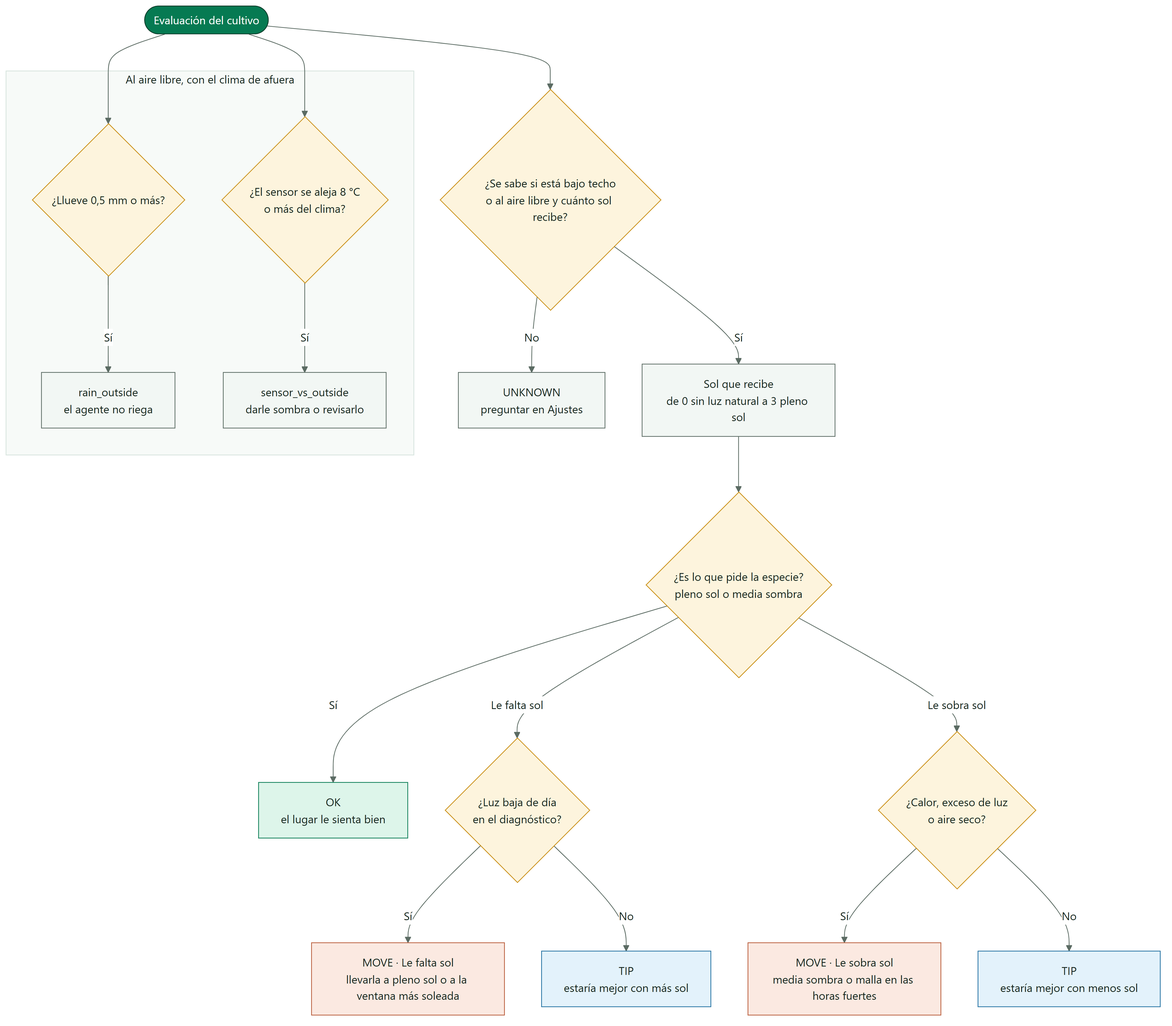
Earlier version of the Mermaid export docs/diagrams/SmartPot_38_Placement_Advice.png (SmartPotTech/.github). Its source is kept beside it as docs/diagrams/SmartPot_38_Placement_Advice.mmd. Its diagram source:
```mermaid
%%{init: {"theme": "base", "fontFamily": "Segoe UI, Arial, sans-serif", "themeVariables": {"fontFamily": "Segoe UI, Arial, sans-serif", "fontSize": "15px", "primaryColor": "#DDF5EA", "primaryTextColor": "#17261F", "primaryBorderColor": "#067A52", "secondaryColor": "#E3F2FB", "secondaryTextColor": "#17261F", "secondaryBorderColor": "#1F6FA0", "tertiaryColor": "#F2F7F4", "tertiaryTextColor": "#17261F", "tertiaryBorderColor": "#D5E3DC", "lineColor": "#5B6B63", "textColor": "#17261F", "mainBkg": "#DDF5EA", "nodeBorder": "#067A52", "clusterBkg": "#F7FAF8", "clusterBorder": "#D5E3DC", "edgeLabelBackground": "#FFFFFF", "actorBkg": "#067A52", "actorBorder": "#0B3D2B", "actorTextColor": "#FFFFFF", "actorLineColor": "#5B6B63", "signalColor": "#17261F", "signalTextColor": "#17261F", "labelBoxBkgColor": "#0B3D2B", "labelBoxBorderColor": "#0B3D2B", "labelTextColor": "#FFFFFF", "loopTextColor": "#0B3D2B", "noteBkgColor": "#FDF4DD", "noteBorderColor": "#C98D12", "noteTextColor": "#17261F", "activationBkgColor": "#DDF5EA", "activationBorderColor": "#067A52", "attributeBackgroundColorOdd": "#FFFFFF", "attributeBackgroundColorEven": "#F2F7F4"}}}%%
flowchart TB
  eval(["Evaluación del cultivo"]) --> known{"¿Se sabe si está bajo techo<br/>o al aire libre y cuánto sol recibe?"}
  known -->|"No"| unknown["UNKNOWN<br/>preguntar en Ajustes"]
  known -->|"Sí"| sun["Sol que recibe<br/>de 0 sin luz natural a 3 pleno sol"]
  sun --> fits{"¿Es lo que pide la especie?<br/>pleno sol o media sombra"}
  fits -->|"Sí"| ok["OK<br/>el lugar le sienta bien"]
  fits -->|"Le falta sol"| dark{"¿Luz baja de día<br/>en el diagnóstico?"}
  dark -->|"Sí"| more["MOVE · Le falta sol<br/>llevarla a pleno sol o a la ventana más soleada"]
  dark -->|"No"| tipMore["TIP<br/>estaría mejor con más sol"]
  fits -->|"Le sobra sol"| hot{"¿Calor, exceso de luz<br/>o aire seco?"}
  hot -->|"Sí"| less["MOVE · Le sobra sol<br/>media sombra o malla en las horas fuertes"]
  hot -->|"No"| tipLess["TIP<br/>estaría mejor con menos sol"]
  subgraph outside["Al aire libre, con el clima de afuera"]
    direction LR
    rain{"¿Llueve 0,5 mm o más?"} -->|"Sí"| norain["rain_outside<br/>el agente no riega"]
    gap{"¿El sensor se aleja 8 °C<br/>o más del clima?"} -->|"Sí"| check["sensor_vs_outside<br/>darle sombra o revisarlo"]
  end
  eval --> rain
  eval --> gap
  classDef leaf fill:#DDF5EA,stroke:#067A52,color:#17261F
  classDef water fill:#E3F2FB,stroke:#1F6FA0,color:#17261F
  classDef sun fill:#FDF4DD,stroke:#C98D12,color:#17261F
  classDef clay fill:#FBE9E1,stroke:#B85A38,color:#17261F
  classDef core fill:#067A52,stroke:#0B3D2B,color:#FFFFFF
  classDef deep fill:#0B3D2B,stroke:#06281C,color:#FFFFFF
  classDef muted fill:#F2F7F4,stroke:#5B6B63,color:#17261F
  class eval core
  class known,fits,dark,hot,rain,gap sun
  class ok leaf
  class tipMore,tipLess water
  class more,less clay
  class unknown,sun,norain,check muted
```
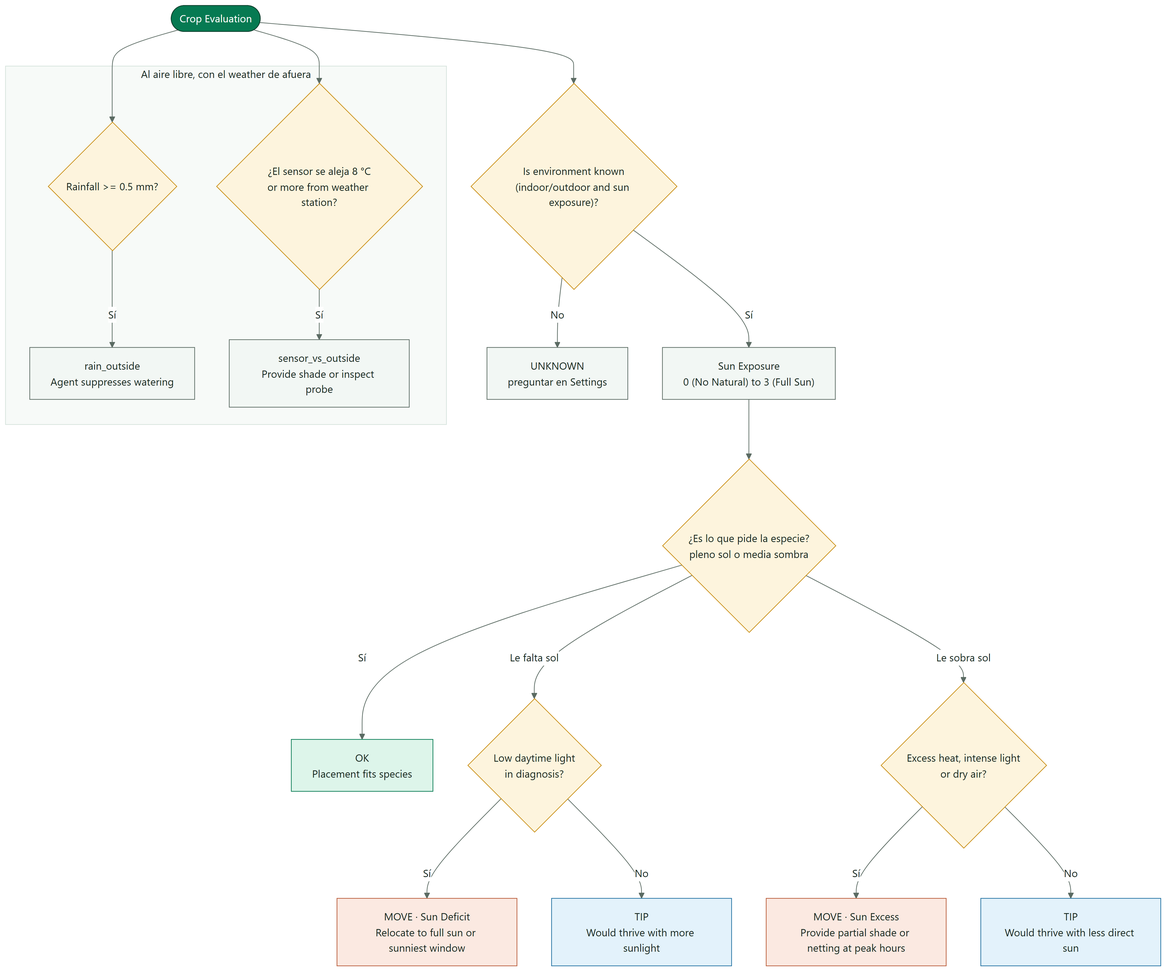
After the change.

Diff of the diagram source:
```diff
@@ -1,20 +1,20 @@
 %%{init: {"theme": "base", "fontFamily": "Segoe UI, Arial, sans-serif", "themeVariables": {"fontFamily": "Segoe UI, Arial, sans-serif", "fontSize": "15px", "primaryColor": "#DDF5EA", "primaryTextColor": "#17261F", "primaryBorderColor": "#067A52", "secondaryColor": "#E3F2FB", "secondaryTextColor": "#17261F", "secondaryBorderColor": "#1F6FA0", "tertiaryColor": "#F2F7F4", "tertiaryTextColor": "#17261F", "tertiaryBorderColor": "#D5E3DC", "lineColor": "#5B6B63", "textColor": "#17261F", "mainBkg": "#DDF5EA", "nodeBorder": "#067A52", "clusterBkg": "#F7FAF8", "clusterBorder": "#D5E3DC", "edgeLabelBackground": "#FFFFFF", "actorBkg": "#067A52", "actorBorder": "#0B3D2B", "actorTextColor": "#FFFFFF", "actorLineColor": "#5B6B63", "signalColor": "#17261F", "signalTextColor": "#17261F", "labelBoxBkgColor": "#0B3D2B", "labelBoxBorderColor": "#0B3D2B", "labelTextColor": "#FFFFFF", "loopTextColor": "#0B3D2B", "noteBkgColor": "#FDF4DD", "noteBorderColor": "#C98D12", "noteTextColor": "#17261F", "activationBkgColor": "#DDF5EA", "activationBorderColor": "#067A52", "attributeBackgroundColorOdd": "#FFFFFF", "attributeBackgroundColorEven": "#F2F7F4"}}}%%
 flowchart TB
-  eval(["Evaluación del cultivo"]) --> known{"¿Se sabe si está bajo techo<br/>o al aire libre y cuánto sol recibe?"}
-  known -->|"No"| unknown["UNKNOWN<br/>preguntar en Ajustes"]
-  known -->|"Sí"| sun["Sol que recibe<br/>de 0 sin luz natural a 3 pleno sol"]
+  eval(["Crop Evaluation"]) --> known{"Is environment known<br/>(indoor/outdoor and sun exposure)?"}
+  known -->|"No"| unknown["UNKNOWN<br/>preguntar en Settings"]
+  known -->|"Sí"| sun["Sun Exposure<br/>0 (No Natural) to 3 (Full Sun)"]
   sun --> fits{"¿Es lo que pide la especie?<br/>pleno sol o media sombra"}
-  fits -->|"Sí"| ok["OK<br/>el lugar le sienta bien"]
-  fits -->|"Le falta sol"| dark{"¿Luz baja de día<br/>en el diagnóstico?"}
-  dark -->|"Sí"| more["MOVE · Le falta sol<br/>llevarla a pleno sol o a la ventana más soleada"]
-  dark -->|"No"| tipMore["TIP<br/>estaría mejor con más sol"]
-  fits -->|"Le sobra sol"| hot{"¿Calor, exceso de luz<br/>o aire seco?"}
-  hot -->|"Sí"| less["MOVE · Le sobra sol<br/>media sombra o malla en las horas fuertes"]
-  hot -->|"No"| tipLess["TIP<br/>estaría mejor con menos sol"]
-  subgraph outside["Al aire libre, con el clima de afuera"]
+  fits -->|"Sí"| ok["OK<br/>Placement fits species"]
+  fits -->|"Le falta sol"| dark{"Low daytime light<br/>in diagnosis?"}
+  dark -->|"Sí"| more["MOVE · Sun Deficit<br/>Relocate to full sun or sunniest window"]
+  dark -->|"No"| tipMore["TIP<br/>Would thrive with more sunlight"]
+  fits -->|"Le sobra sol"| hot{"Excess heat, intense light<br/>or dry air?"}
+  hot -->|"Sí"| less["MOVE · Sun Excess<br/>Provide partial shade or netting at peak hours"]
+  hot -->|"No"| tipLess["TIP<br/>Would thrive with less direct sun"]
+  subgraph outside["Al aire libre, con el weather de afuera"]
     direction LR
-    rain{"¿Llueve 0,5 mm o más?"} -->|"Sí"| norain["rain_outside<br/>el agente no riega"]
-    gap{"¿El sensor se aleja 8 °C<br/>o más del clima?"} -->|"Sí"| check["sensor_vs_outside<br/>darle sombra o revisarlo"]
+    rain{"Rainfall >= 0.5 mm?"} -->|"Sí"| norain["rain_outside<br/>Agent suppresses watering"]
+    gap{"¿El sensor se aleja 8 °C<br/>or more from weather station?"} -->|"Sí"| check["sensor_vs_outside<br/>Provide shade or inspect probe"]
   end
   eval --> rain
   eval --> gap
```
